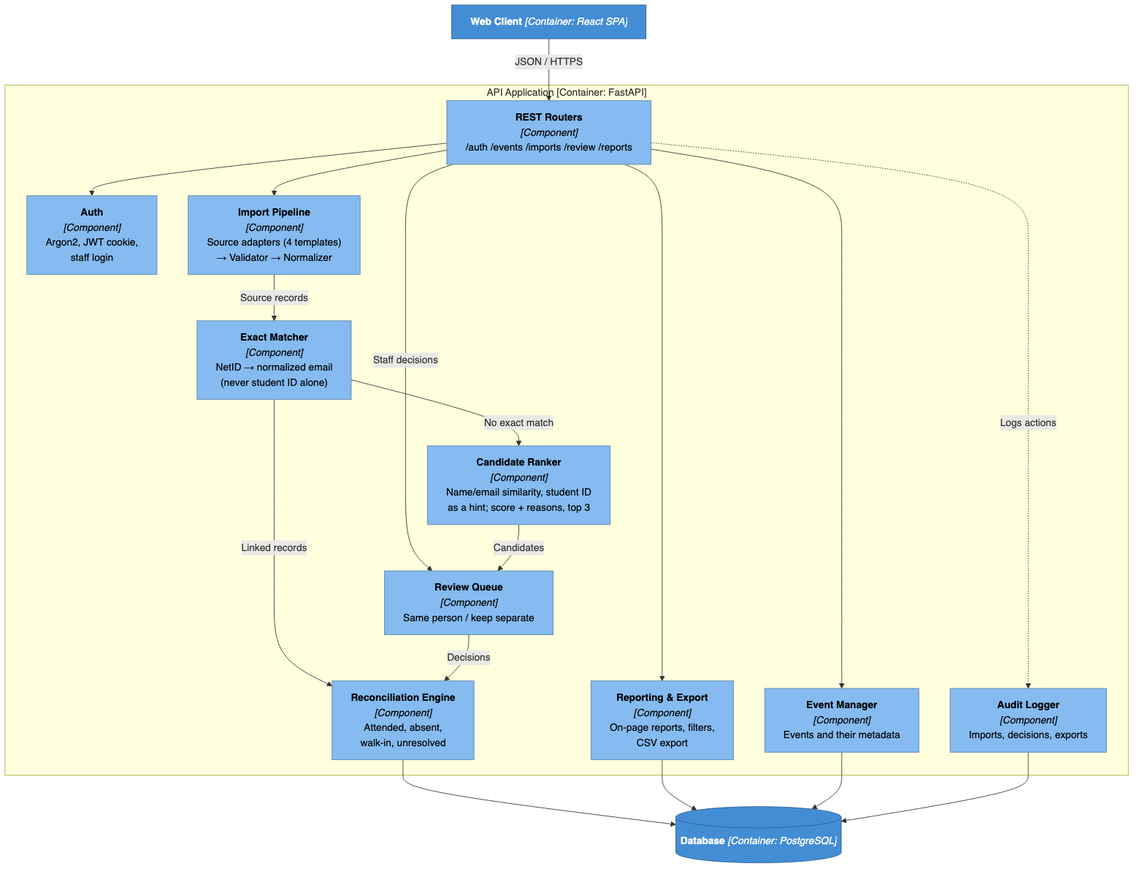
Before: assignment/SWE276P/assignment/assignment1/diagrams/c4-component.png, a diagram exported from Mermaid (eric-song-dev/SWE277P). Its source is kept beside it as assignment/SWE276P/assignment/assignment1/diagrams/c4-component.mmd. Its diagram source:
```mermaid
flowchart TB
    spa["<b>Web Client</b> <i>[Container: React SPA]</i>"]

    subgraph apiapp["API Application [Container: FastAPI]"]
        routers["<b>REST Routers</b><br/><i>[Component]</i><br/>/auth /events /imports /review /reports"]
        auth["<b>Auth</b><br/><i>[Component]</i><br/>Argon2, JWT cookie,<br/>staff login"]
        events["<b>Event Manager</b><br/><i>[Component]</i><br/>Events and their metadata"]
        import["<b>Import Pipeline</b><br/><i>[Component]</i><br/>Source adapters (4 templates)<br/>→ Validator → Normalizer"]
        reports["<b>Reporting & Export</b><br/><i>[Component]</i><br/>On-page reports, filters,<br/>CSV export"]
        audit["<b>Audit Logger</b><br/><i>[Component]</i><br/>Imports, decisions, exports"]
        exact["<b>Exact Matcher</b><br/><i>[Component]</i><br/>NetID → normalized email<br/>(never student ID alone)"]
        ranker["<b>Candidate Ranker</b><br/><i>[Component]</i><br/>Name/email similarity, student ID<br/>as a hint; score + reasons, top 3"]
        review["<b>Review Queue</b><br/><i>[Component]</i><br/>Same person / keep separate"]
        recon["<b>Reconciliation Engine</b><br/><i>[Component]</i><br/>Attended, absent,<br/>walk-in, unresolved"]
    end

    db[("<b>Database</b> <i>[Container: PostgreSQL]</i>")]

    spa -->|"JSON / HTTPS"| routers
    routers --> auth
    routers --> events
    routers --> import
    routers -->|"Staff decisions"| review
    routers --> reports
    routers -.->|"Logs actions"| audit
    import -->|"Source records"| exact
    exact -->|"No exact match"| ranker
    ranker -->|"Candidates"| review
    exact -->|"Linked records"| recon
    review -->|"Decisions"| recon
    recon --> db
    reports --> db
    events --> db
    audit --> db

    classDef container fill:#438dd5,stroke:#2e6295,color:#fff
    classDef component fill:#85bbf0,stroke:#5d82a8,color:#000
    class spa,db container
    class routers,auth,events,import,reports,audit,exact,ranker,review,recon component
```
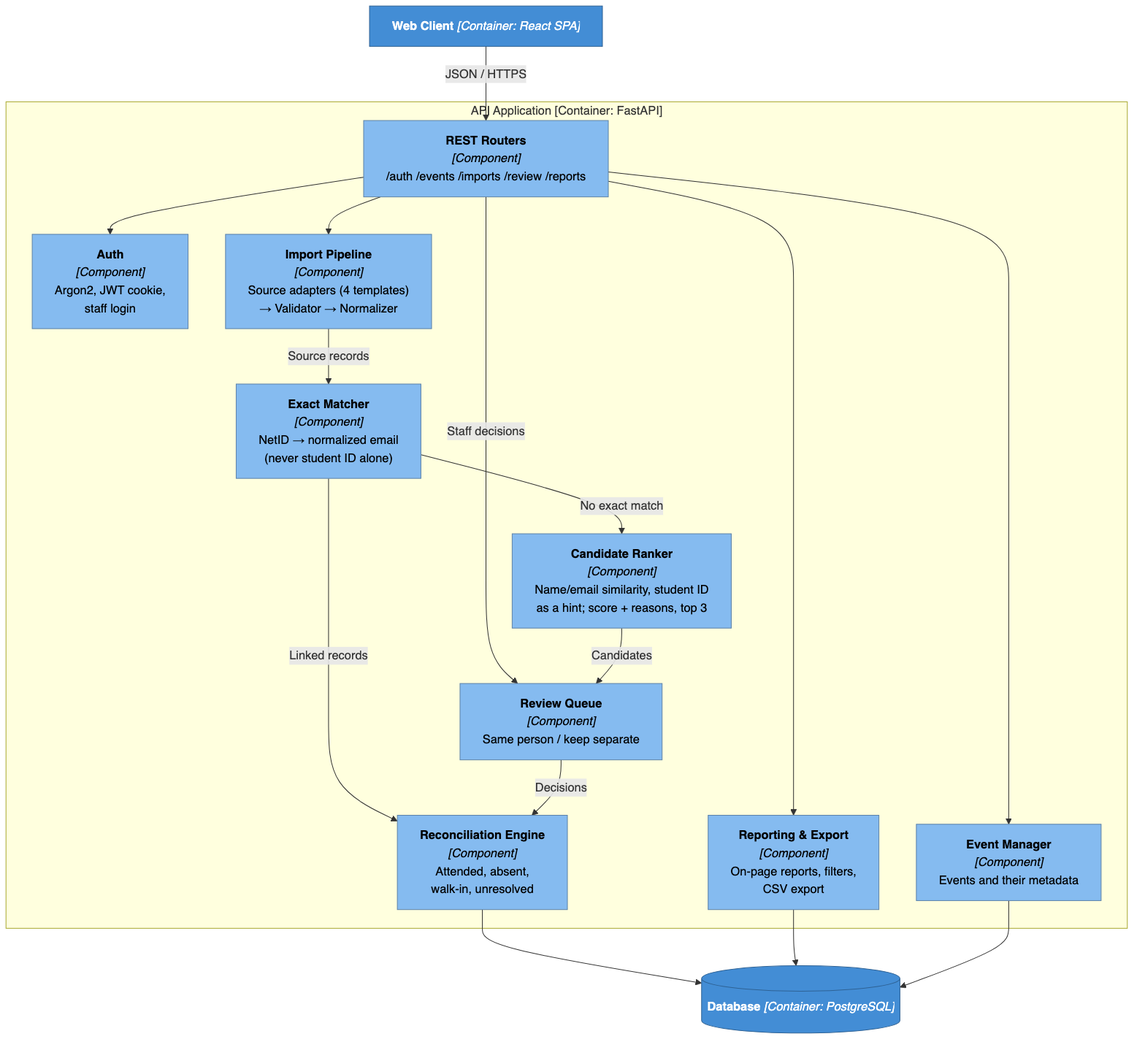
After the change.

Diff of the diagram source:
```diff
@@ -7,7 +7,6 @@
         events["<b>Event Manager</b><br/><i>[Component]</i><br/>Events and their metadata"]
         import["<b>Import Pipeline</b><br/><i>[Component]</i><br/>Source adapters (4 templates)<br/>→ Validator → Normalizer"]
         reports["<b>Reporting & Export</b><br/><i>[Component]</i><br/>On-page reports, filters,<br/>CSV export"]
-        audit["<b>Audit Logger</b><br/><i>[Component]</i><br/>Imports, decisions, exports"]
         exact["<b>Exact Matcher</b><br/><i>[Component]</i><br/>NetID → normalized email<br/>(never student ID alone)"]
         ranker["<b>Candidate Ranker</b><br/><i>[Component]</i><br/>Name/email similarity, student ID<br/>as a hint; score + reasons, top 3"]
         review["<b>Review Queue</b><br/><i>[Component]</i><br/>Same person / keep separate"]
@@ -22,7 +21,6 @@
     routers --> import
     routers -->|"Staff decisions"| review
     routers --> reports
-    routers -.->|"Logs actions"| audit
     import -->|"Source records"| exact
     exact -->|"No exact match"| ranker
     ranker -->|"Candidates"| review
@@ -31,9 +29,8 @@
     recon --> db
     reports --> db
     events --> db
-    audit --> db
 
     classDef container fill:#438dd5,stroke:#2e6295,color:#fff
     classDef component fill:#85bbf0,stroke:#5d82a8,color:#000
     class spa,db container
-    class routers,auth,events,import,reports,audit,exact,ranker,review,recon component
+    class routers,auth,events,import,reports,exact,ranker,review,recon component
```
